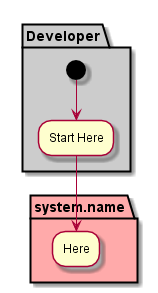
CAADE/fleet keeps this PlantUML diagram as docs/Actors/Developer/Activity.png. Above is the earlier version. The source it was exported from:
```plantuml
@startuml


partition "Developer"  #cccccc {
  (*) --> "Start Here"
}

partition "system.name" #ffaaaa {
  "Start Here" --> "Here"
}

@enduml
```
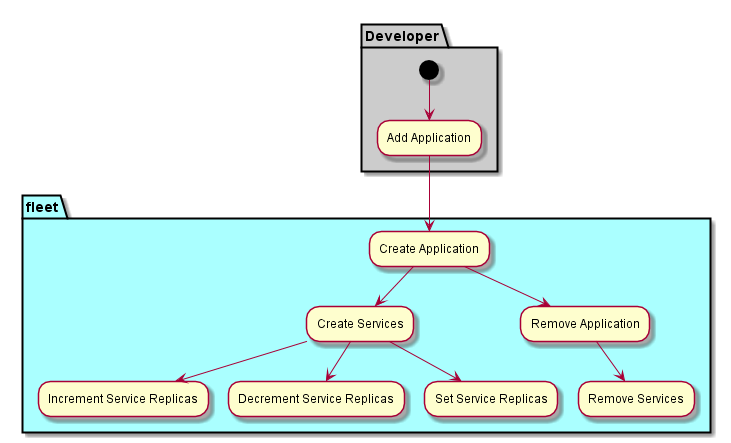
Above is the later version.

Diff of the diagram source:
```diff
@@ -2,11 +2,17 @@
 
 
 partition "Developer"  #cccccc {
-  (*) --> "Start Here"
+  (*) --> "Add Application"
 }
 
-partition "system.name" #ffaaaa {
-  "Start Here" --> "Here"
+partition "fleet" #aaffff {
+  "Add Application" --> "Create Application"
+  "Create Application" --> "Create Services"
+  "Create Services" --> "Increment Service Replicas"
+  "Create Services" --> "Decrement Service Replicas"
+  "Create Services" --> "Set Service Replicas"
+  "Create Application" --> "Remove Application"
+  "Remove Application" --> "Remove Services"
 }
 
 @enduml
```
